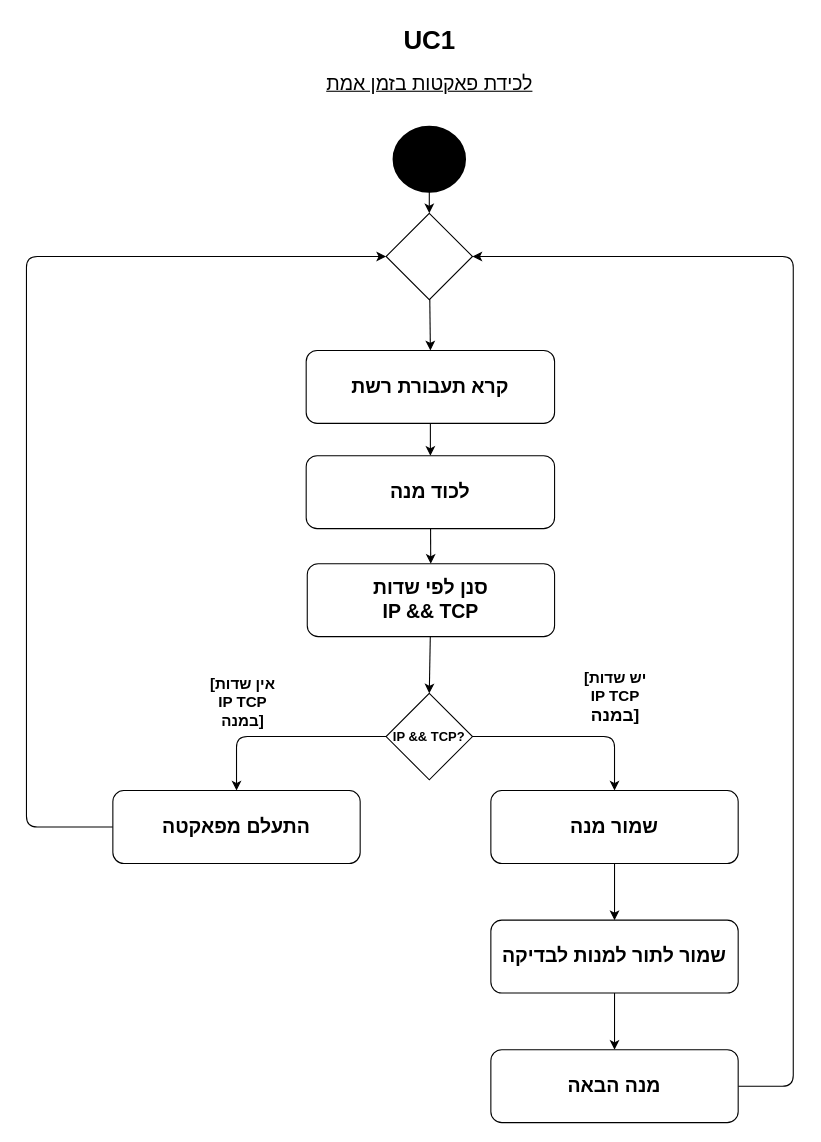
This is docs/diagrams/IDS_AD/UC1_AD.drawio from NatiG7/simple_intrusion_handling_system, a draw.io file, before an edit. Source tidied: cells renumbered, new cells numbered last; positions are measured from the earlier drawing's top-left corner, leaving out a move shared by most shapes. Both pictures are drawn from the tidied source at 108%, with x=0, y=0 at pixel (26, 18).
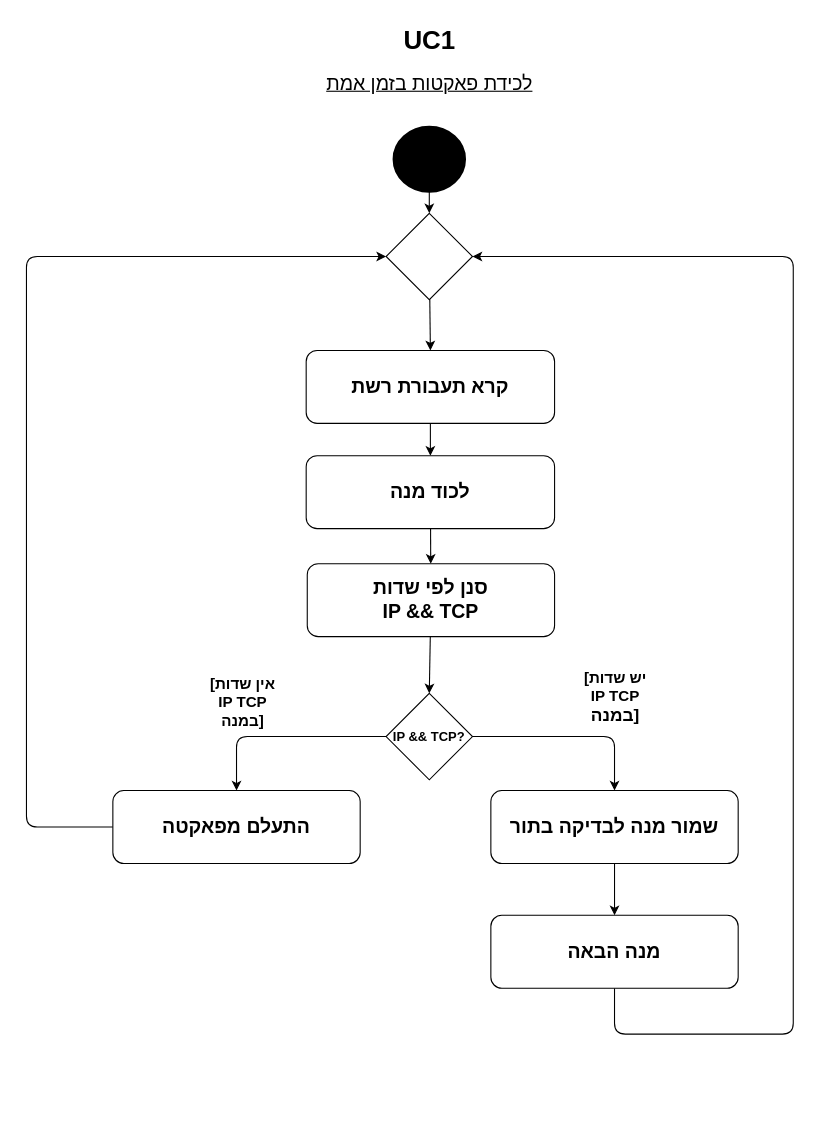
The same diagram, later.

The change refers to these unchanged cells:
```xml
<mxCell id="24" style="rhombus;whiteSpace=wrap;html=1;" parent="1" vertex="1">
  <mxGeometry x="333" y="180" width="80" height="80" as="geometry" />
</mxCell>
```

The edit, as a diff of the source:
```diff
@@
-    <mxCell id="15" style="edgeStyle=none;html=1;" parent="1" edge="1" source="16" target="20">
+    <mxCell id="15" style="edgeStyle=none;html=1;entryX=0.5;entryY=0;entryDx=0;entryDy=0;" parent="1" edge="1" source="16" target="22">
       <mxGeometry relative="1" as="geometry" />
     </mxCell>
-    <mxCell id="16" value="&lt;span style=&quot;font-size: 18px;&quot;&gt;&lt;b&gt;שמור מנה&lt;/b&gt;&lt;/span&gt;" style="rounded=1;whiteSpace=wrap;html=1;" parent="1" vertex="1">
+    <mxCell id="16" value="&lt;span style=&quot;font-size: 18px;&quot;&gt;&lt;b&gt;שמור מנה לבדיקה בתור&lt;/b&gt;&lt;/span&gt;" style="rounded=1;whiteSpace=wrap;html=1;" parent="1" vertex="1">
       <mxGeometry x="430" y="714.5" width="229" height="67.5" as="geometry" />
     </mxCell>
@@
-    <mxCell id="19" style="edgeStyle=none;html=1;" parent="1" edge="1" source="20" target="22">
-      <mxGeometry relative="1" as="geometry" />
-    </mxCell>
-    <mxCell id="20" value="&lt;span style=&quot;font-size: 18px;&quot;&gt;&lt;b&gt;שמור לתור למנות לבדיקה&lt;/b&gt;&lt;/span&gt;" style="rounded=1;whiteSpace=wrap;html=1;" parent="1" vertex="1">
-      <mxGeometry x="430" y="834.5" width="229" height="67.5" as="geometry" />
-    </mxCell>
     <mxCell id="21" style="edgeStyle=orthogonalEdgeStyle;html=1;entryX=1;entryY=0.5;entryDx=0;entryDy=0;" parent="1" edge="1" source="22" target="24">
       <mxGeometry relative="1" as="geometry">
         <Array as="points">
-          <mxPoint x="710" y="988" />
+          <mxPoint x="545" y="940" />
+          <mxPoint x="710" y="940" />
           <mxPoint x="710" y="220" />
         </Array>
       </mxGeometry>
     </mxCell>
     <mxCell id="22" value="&lt;span style=&quot;font-size: 18px;&quot;&gt;&lt;b&gt;מנה הבאה&lt;/b&gt;&lt;/span&gt;" style="rounded=1;whiteSpace=wrap;html=1;" parent="1" vertex="1">
-      <mxGeometry x="430" y="954.5" width="229" height="67.5" as="geometry" />
+      <mxGeometry x="430" y="830" width="229" height="67.5" as="geometry" />
     </mxCell>
```
